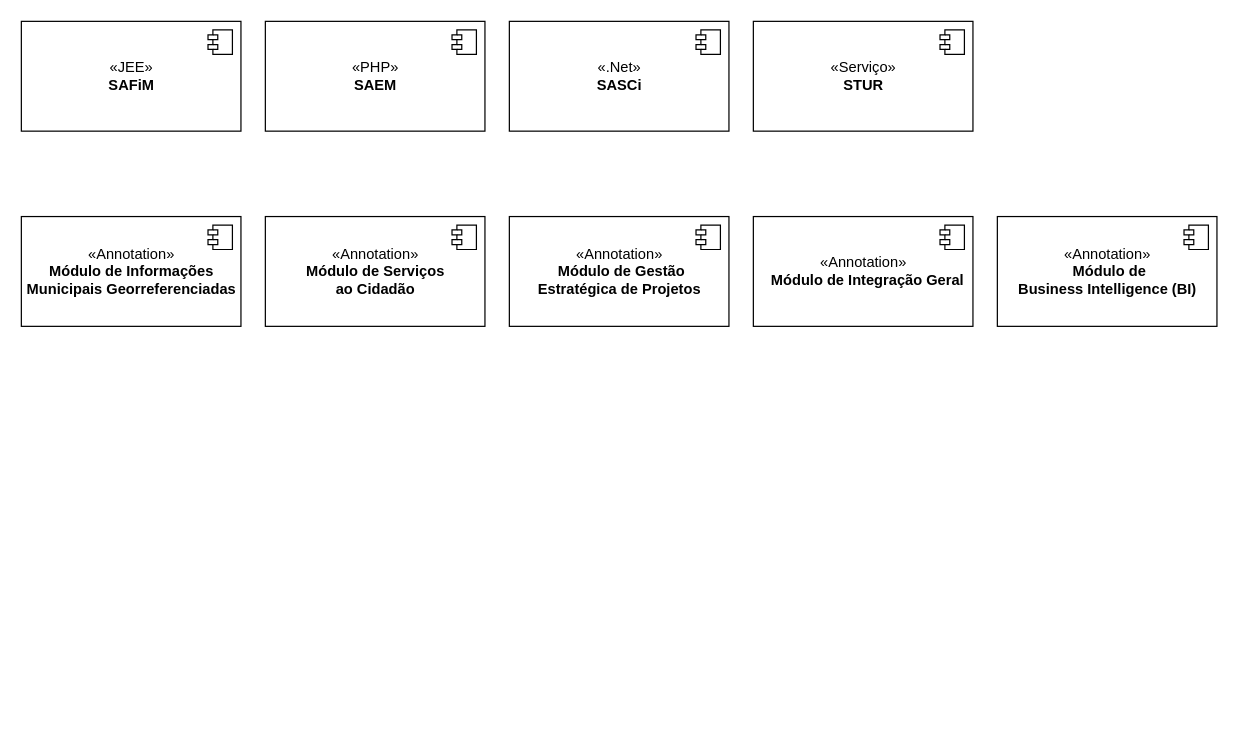
The draw.io diagram diagrama-de-componentes.drawio in sgm-poc/sgm-diagramas, before the edit. Source tidied: cells renumbered, new cells numbered last; positions are measured from the earlier drawing's top-left corner, leaving out a move shared by most shapes. Both pictures are drawn from the tidied source at 122%, with x=0, y=0 at pixel (21, 21).
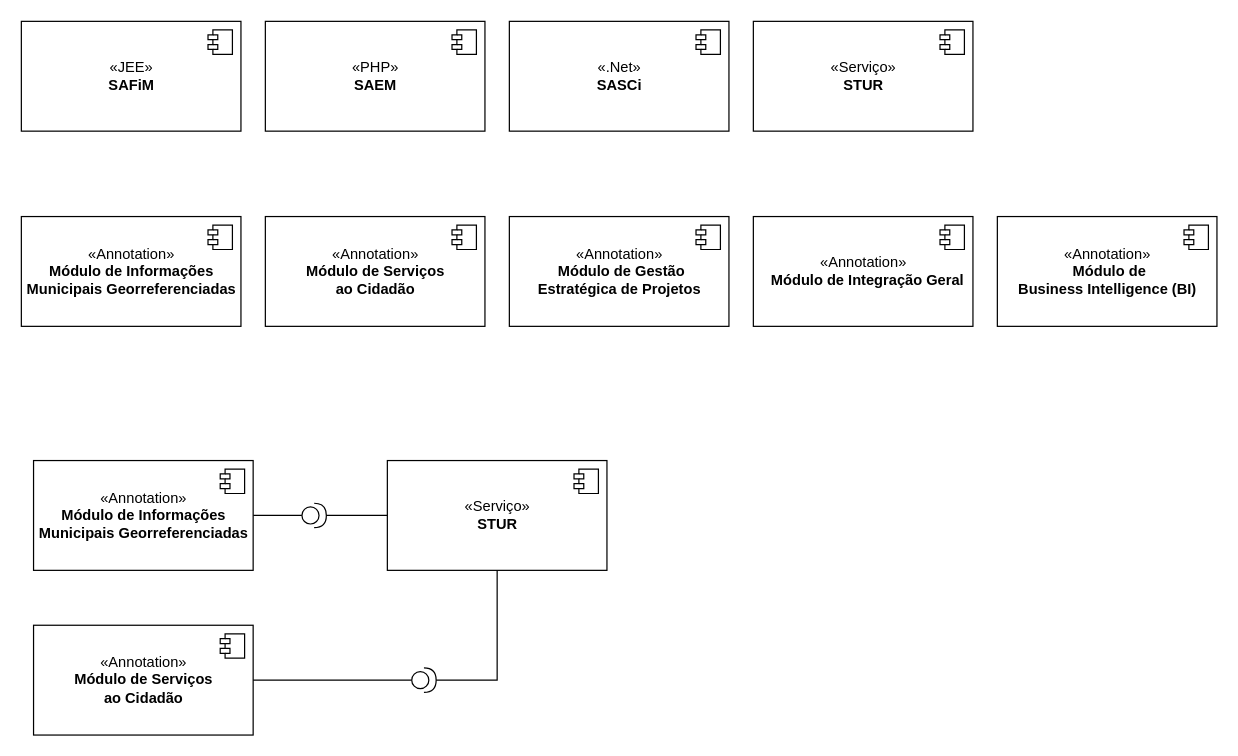
The same page after the edit.

The edit, as a diff of the source:
```diff
@@
+    <mxCell id="20" style="edgeStyle=orthogonalEdgeStyle;rounded=0;jettySize=auto;html=1;endArrow=none;endFill=0;" parent="1" edge="1" source="21" target="26">
+      <mxGeometry relative="1" as="geometry" />
+    </mxCell>
+    <mxCell id="21" value="«Annotation»&lt;br&gt;&lt;b&gt;Módulo de Informações &lt;br&gt;Municipais Georreferenciadas&lt;/b&gt;" style="html=1;" parent="1" vertex="1">
+      <mxGeometry x="10" y="360" width="180" height="90" as="geometry" />
+    </mxCell>
+    <mxCell id="22" style="shape=component;jettyWidth=8;jettyHeight=4;" parent="21" vertex="1">
+      <mxGeometry x="1" width="20" height="20" relative="1" as="geometry">
+        <mxPoint x="-27" y="7" as="offset" />
+      </mxGeometry>
+    </mxCell>
+    <mxCell id="23" value="«Serviço»&lt;br&gt;&lt;b&gt;STUR&lt;/b&gt;" style="html=1;" parent="1" vertex="1">
+      <mxGeometry x="300" y="360" width="180" height="90" as="geometry" />
+    </mxCell>
+    <mxCell id="24" style="shape=component;jettyWidth=8;jettyHeight=4;" parent="23" vertex="1">
+      <mxGeometry x="1" width="20" height="20" relative="1" as="geometry">
+        <mxPoint x="-27" y="7" as="offset" />
+      </mxGeometry>
+    </mxCell>
+    <mxCell id="25" style="edgeStyle=orthogonalEdgeStyle;rounded=0;jettySize=auto;html=1;endArrow=none;endFill=0;" parent="1" edge="1" source="26" target="23">
+      <mxGeometry relative="1" as="geometry" />
+    </mxCell>
+    <mxCell id="26" style="shape=providedRequiredInterface;html=1;verticalLabelPosition=bottom;" parent="1" vertex="1">
+      <mxGeometry x="230" y="395" width="20" height="20" as="geometry" />
+    </mxCell>
+    <mxCell id="27" value="«Annotation»&lt;br&gt;&lt;b&gt;Módulo de Serviços &lt;br&gt;ao Cidadão&lt;/b&gt;" style="html=1;" parent="1" vertex="1">
+      <mxGeometry x="10" y="495" width="180" height="90" as="geometry" />
+    </mxCell>
+    <mxCell id="28" style="shape=component;jettyWidth=8;jettyHeight=4;" parent="27" vertex="1">
+      <mxGeometry x="1" width="20" height="20" relative="1" as="geometry">
+        <mxPoint x="-27" y="7" as="offset" />
+      </mxGeometry>
+    </mxCell>
+    <mxCell id="29" style="edgeStyle=orthogonalEdgeStyle;rounded=0;jettySize=auto;html=1;endArrow=none;endFill=0;entryX=0.5;entryY=1;entryDx=0;entryDy=0;" parent="1" edge="1" source="31" target="23">
+      <mxGeometry relative="1" as="geometry">
+        <Array as="points">
+          <mxPoint x="390" y="540" />
+        </Array>
+      </mxGeometry>
+    </mxCell>
+    <mxCell id="30" style="edgeStyle=orthogonalEdgeStyle;rounded=0;jettySize=auto;html=1;entryX=1;entryY=0.5;entryDx=0;entryDy=0;endArrow=none;endFill=0;" parent="1" edge="1" source="31" target="27">
+      <mxGeometry relative="1" as="geometry" />
+    </mxCell>
+    <mxCell id="31" style="shape=providedRequiredInterface;html=1;verticalLabelPosition=bottom;" parent="1" vertex="1">
+      <mxGeometry x="320" y="530" width="20" height="20" as="geometry" />
+    </mxCell>
```
